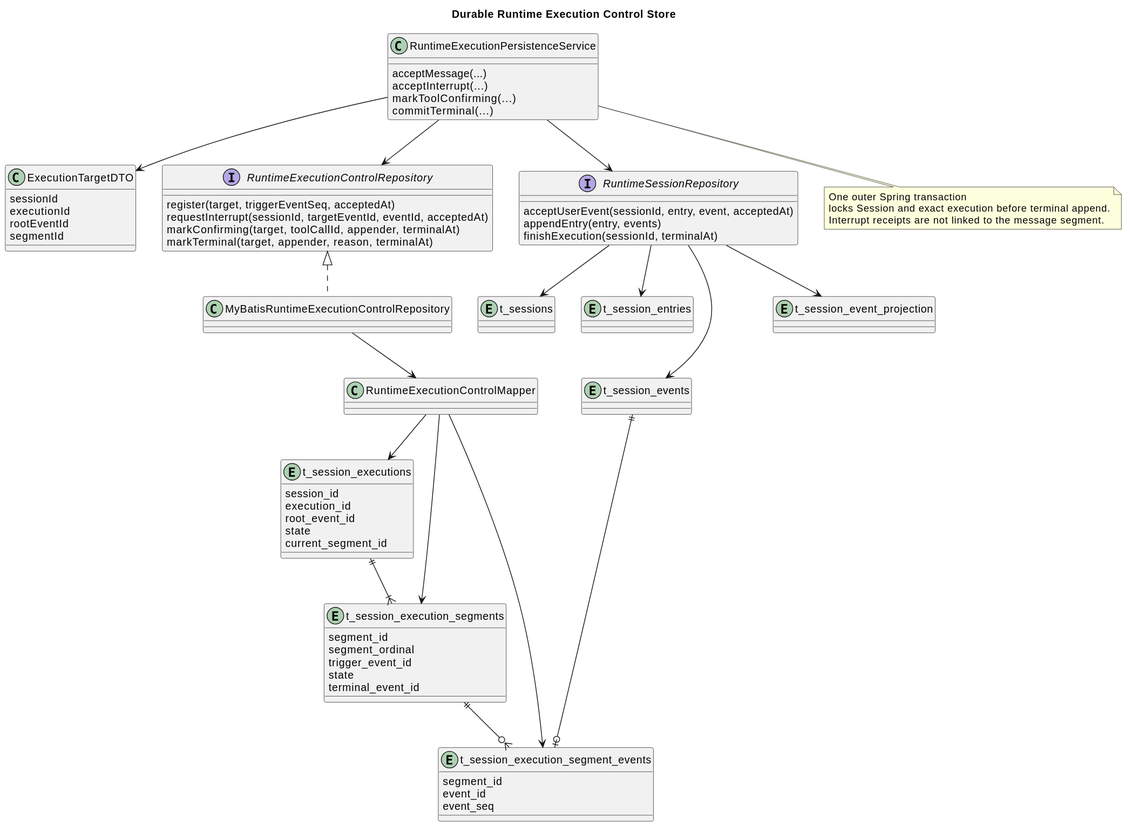
2862282695gjh-afk/pi-mono-java keeps this PlantUML diagram as docs/designs/runtime-execution-control/runtime_execution_control_store.svg. Above is the earlier version.
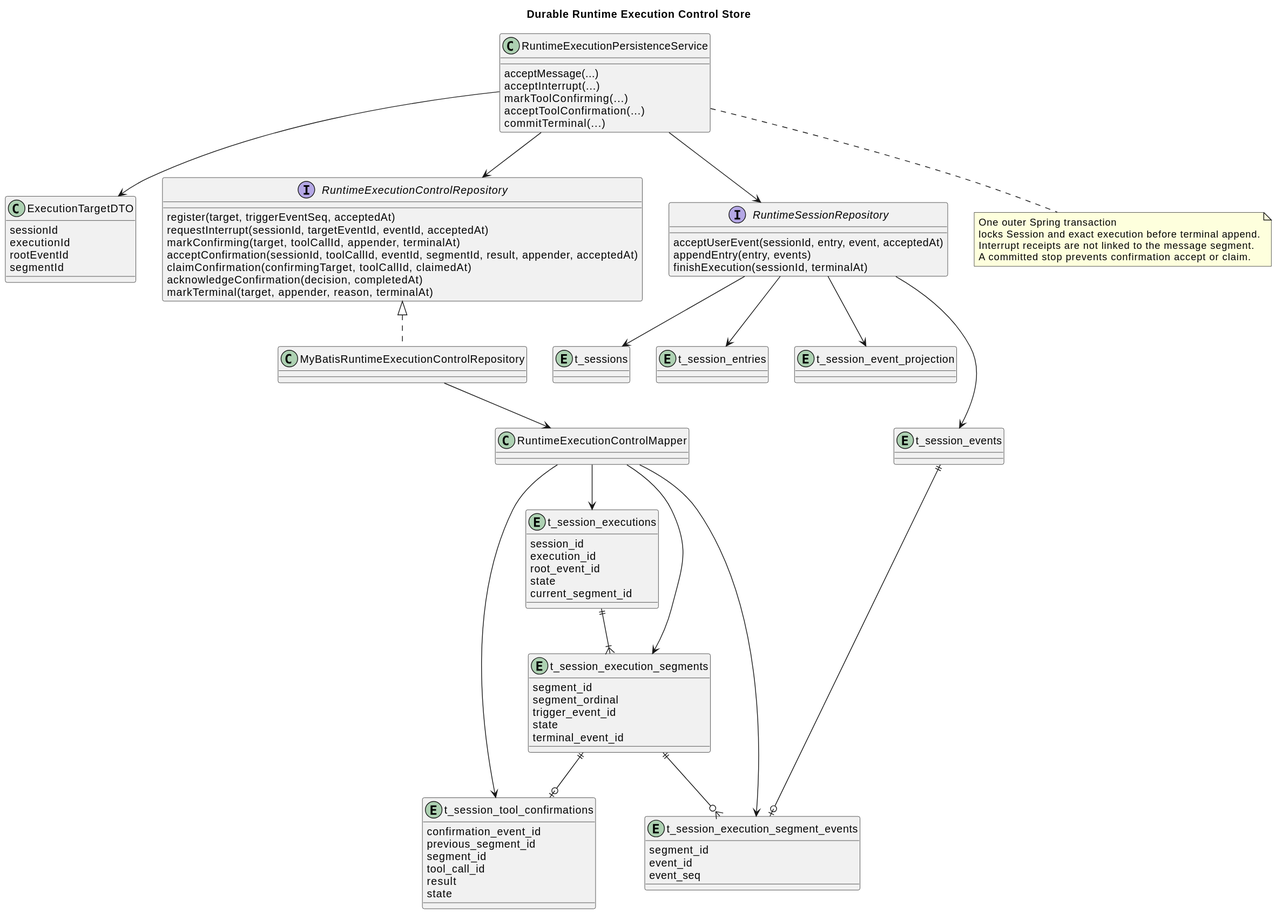
After the commit.

Commit message:
docs(runtime): 记录工具确认一次消费边界

Diff of the diagram source:
```diff
@@ -4,6 +4,7 @@
   acceptMessage(...)
   acceptInterrupt(...)
   markToolConfirming(...)
+  acceptToolConfirmation(...)
   commitTerminal(...)
 }
 
@@ -18,6 +19,9 @@
   register(target, triggerEventSeq, acceptedAt)
   requestInterrupt(sessionId, targetEventId, eventId, acceptedAt)
   markConfirming(target, toolCallId, appender, terminalAt)
+  acceptConfirmation(sessionId, toolCallId, eventId, segmentId, result, appender, acceptedAt)
+  claimConfirmation(confirmingTarget, toolCallId, claimedAt)
+  acknowledgeConfirmation(decision, completedAt)
   markTerminal(target, appender, reason, terminalAt)
 }
 
@@ -52,6 +56,15 @@
   event_seq
 }
 
+entity "t_session_tool_confirmations" as t_session_tool_confirmations {
+  confirmation_event_id
+  previous_segment_id
+  segment_id
+  tool_call_id
+  result
+  state
+}
+
 entity "t_sessions" as t_sessions
 entity "t_session_entries" as t_session_entries
 entity "t_session_events" as t_session_events
@@ -65,17 +78,20 @@
 RuntimeExecutionControlMapper --> t_session_executions
 RuntimeExecutionControlMapper --> t_session_execution_segments
 RuntimeExecutionControlMapper --> t_session_execution_segment_events
+RuntimeExecutionControlMapper --> t_session_tool_confirmations
 RuntimeSessionRepository --> t_sessions
 RuntimeSessionRepository --> t_session_entries
 RuntimeSessionRepository --> t_session_events
 RuntimeSessionRepository --> t_session_event_projection
 t_session_executions ||--|{ t_session_execution_segments
 t_session_execution_segments ||--o{ t_session_execution_segment_events
+t_session_execution_segments ||--o| t_session_tool_confirmations
 t_session_events ||--o| t_session_execution_segment_events
 
 note bottom of RuntimeExecutionPersistenceService
   One outer Spring transaction
   locks Session and exact execution before terminal append.
   Interrupt receipts are not linked to the message segment.
+  A committed stop prevents confirmation accept or claim.
 end note
 @enduml
```
